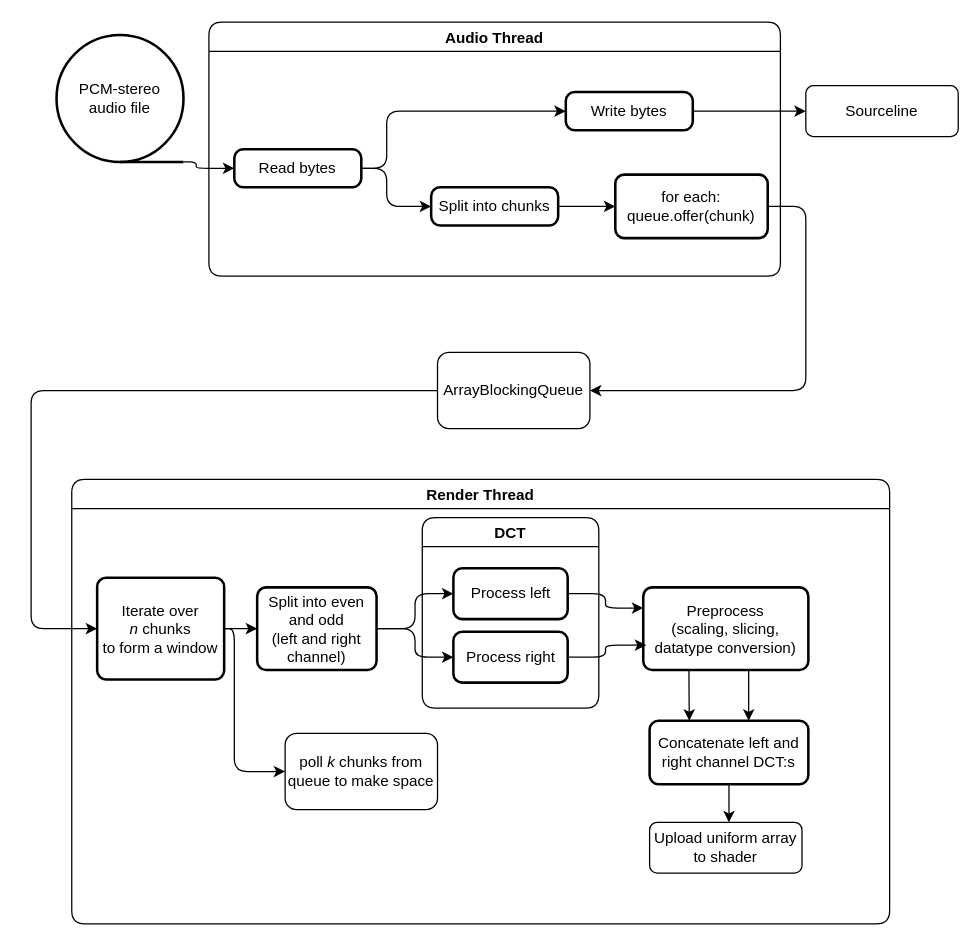
Veikkosuhonen/fft keeps this draw.io diagram as docs/dataflow.drawio. Above is the earlier version. Source tidied: cells renumbered, new cells numbered last; positions are measured from the earlier drawing's top-left corner, leaving out a move shared by most shapes. Both pictures are drawn from the tidied source at 127%, with x=0, y=0 at pixel (30, 22).
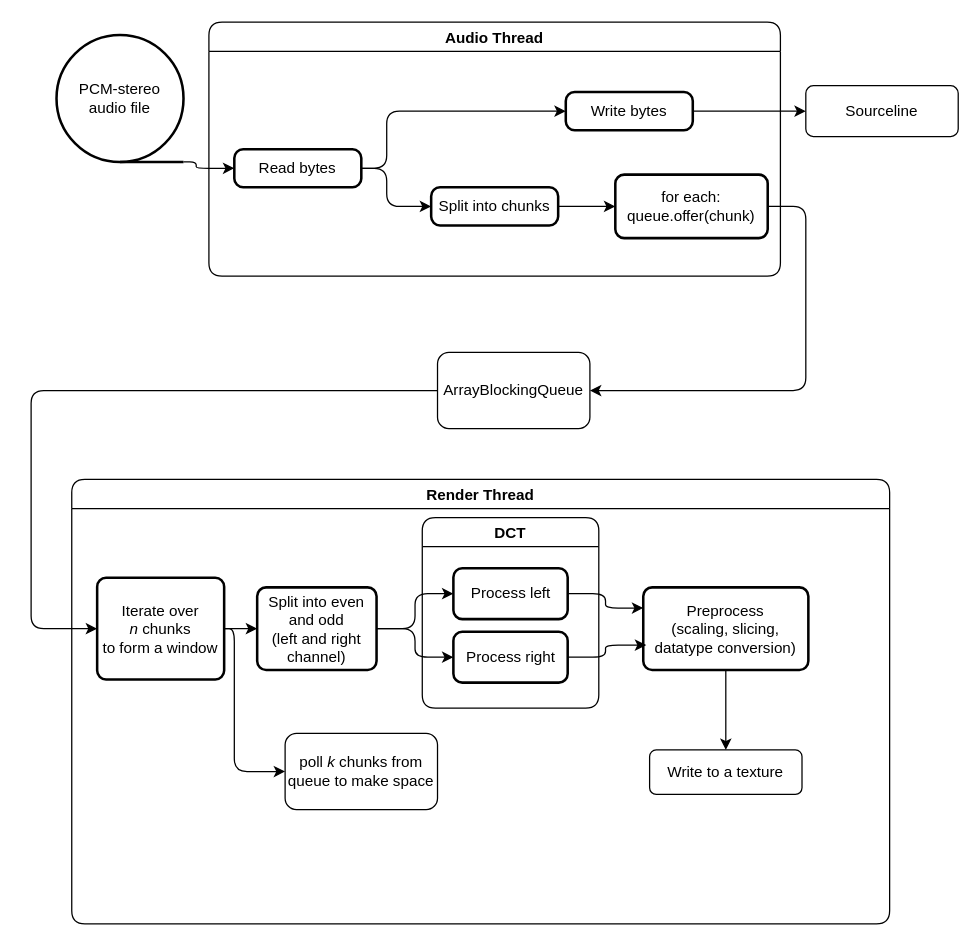
The same diagram, later.

The change refers to these unchanged cells:
```xml
<mxCell id="17" value="Render Thread" style="swimlane;rounded=1;" parent="1" vertex="1">
  <mxGeometry x="32" y="360" width="644" height="350" as="geometry" />
</mxCell>
<mxCell id="29" value="Preprocess&lt;br&gt;(scaling, slicing, datatype conversion)" style="whiteSpace=wrap;html=1;absoluteArcSize=1;arcSize=14;strokeWidth=2;rounded=1;" parent="17" vertex="1">
  <mxGeometry x="450" y="85" width="130" height="65" as="geometry" />
</mxCell>
```

Change to the diagram source:
```diff
@@
-    <mxCell id="27" style="edgeStyle=orthogonalEdgeStyle;jettySize=auto;html=1;entryX=0.25;entryY=0;entryDx=0;entryDy=0;" parent="17" edge="1" source="29" target="33">
-      <mxGeometry relative="1" as="geometry">
-        <Array as="points">
-          <mxPoint x="486" y="160" />
-          <mxPoint x="486" y="160" />
-        </Array>
-      </mxGeometry>
-    </mxCell>
-    <mxCell id="28" style="edgeStyle=orthogonalEdgeStyle;jettySize=auto;html=1;entryX=0.624;entryY=0;entryDx=0;entryDy=0;entryPerimeter=0;" parent="17" edge="1" source="29" target="33">
-      <mxGeometry relative="1" as="geometry">
-        <Array as="points">
-          <mxPoint x="533" y="160" />
-          <mxPoint x="533" y="160" />
-        </Array>
-      </mxGeometry>
-    </mxCell>
+    <mxCell id="36" style="edgeStyle=orthogonalEdgeStyle;rounded=0;jettySize=auto;html=1;" parent="17" edge="1" source="29" target="37">
+      <mxGeometry relative="1" as="geometry" />
+    </mxCell>
@@
-    <mxCell id="32" style="edgeStyle=orthogonalEdgeStyle;jettySize=auto;html=1;" parent="17" edge="1" source="33" target="34">
-      <mxGeometry relative="1" as="geometry">
-        <Array as="points">
-          <mxPoint x="515" y="240" />
-          <mxPoint x="515" y="240" />
-        </Array>
-      </mxGeometry>
-    </mxCell>
-    <mxCell id="33" value="Concatenate left and right channel DCT:s" style="whiteSpace=wrap;html=1;absoluteArcSize=1;arcSize=14;strokeWidth=2;rounded=1;" parent="17" vertex="1">
-      <mxGeometry x="455" y="190" width="125" height="50" as="geometry" />
-    </mxCell>
-    <mxCell id="34" value="Upload uniform array to shader" style="whiteSpace=wrap;html=1;rounded=1;" parent="17" vertex="1">
-      <mxGeometry x="455" y="270" width="120" height="40" as="geometry" />
-    </mxCell>
@@
+    <mxCell id="37" value="Write to a texture" style="rounded=1;whiteSpace=wrap;html=1;" parent="17" vertex="1">
+      <mxGeometry x="455" y="213" width="120" height="35" as="geometry" />
+    </mxCell>
```
